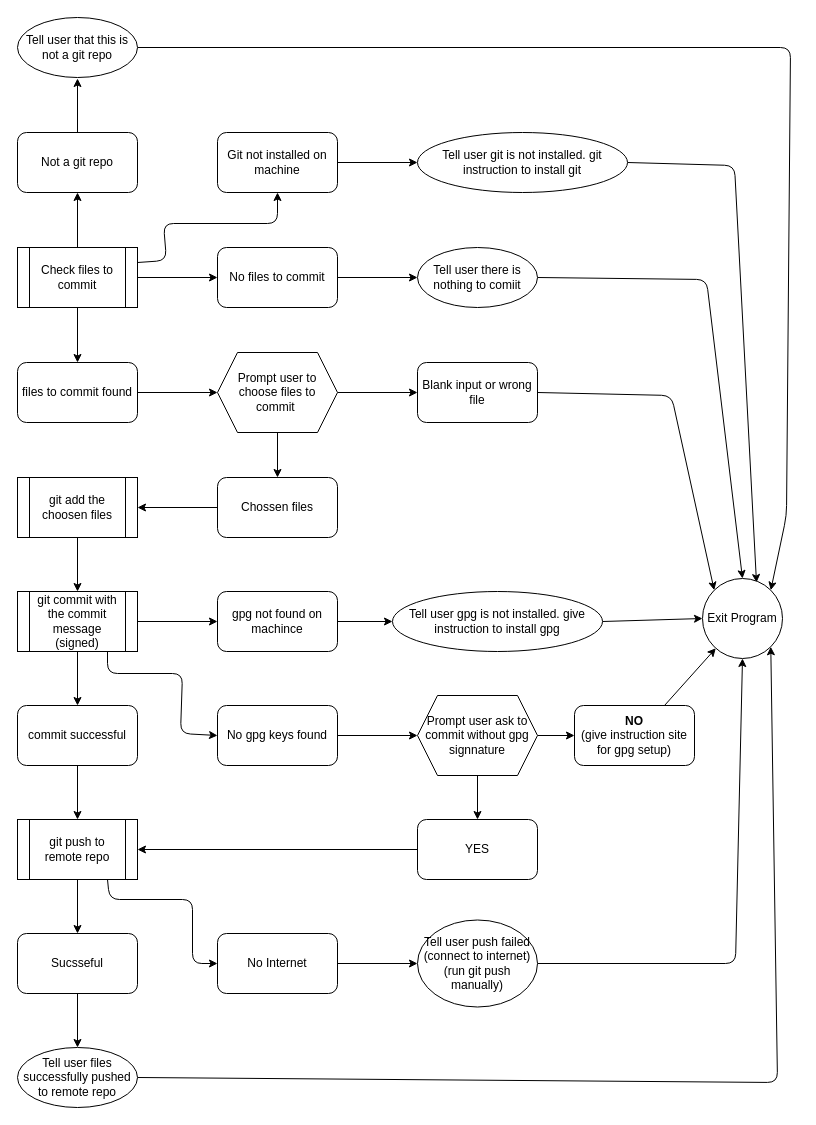
Earlier version of the draw.io diagram page "git_tool commit <commit message>" (2 of 5) of planning/process.drawio (tmanZA10/git_tool). Source tidied: cells renumbered, new cells numbered last; positions are measured from the earlier drawing's top-left corner, leaving out a move shared by most shapes. Both pictures are drawn from the tidied source at 100%, with x=0, y=0 at pixel (17, 17).
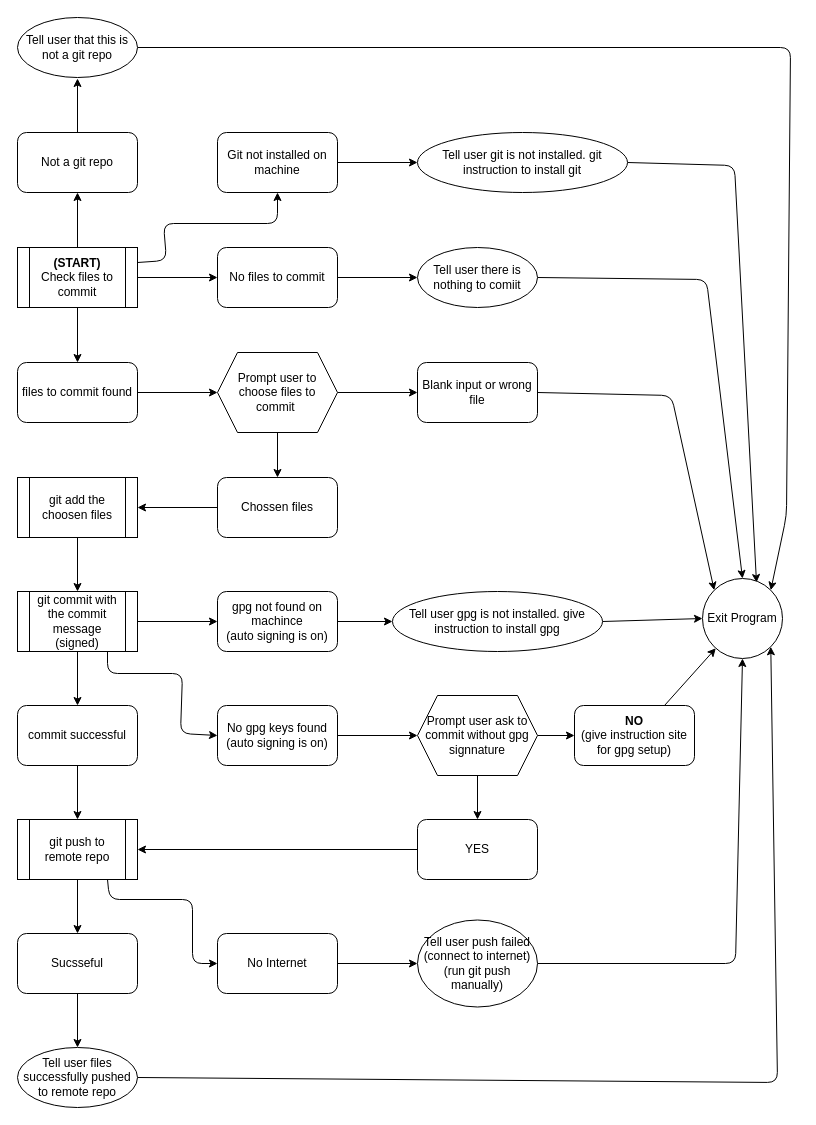
Above is the later version.

Diff of the diagram source:
```diff
@@
-    <mxCell id="6" value="Check files to commit" style="shape=process;whiteSpace=wrap;html=1;backgroundOutline=1;fillColor=default;" parent="1" vertex="1">
+    <mxCell id="6" value="&lt;b&gt;(START)&lt;/b&gt;&lt;br&gt;Check files to commit" style="shape=process;whiteSpace=wrap;html=1;backgroundOutline=1;fillColor=default;" parent="1" vertex="1">
       <mxGeometry y="230" width="120" height="60" as="geometry" />
     </mxCell>
@@
-    <mxCell id="36" value="gpg not found on machince" style="rounded=1;whiteSpace=wrap;html=1;fillColor=default;" parent="1" vertex="1">
+    <mxCell id="36" value="gpg not found on machince&lt;br&gt;(auto signing is on)" style="rounded=1;whiteSpace=wrap;html=1;fillColor=default;" parent="1" vertex="1">
       <mxGeometry x="200" y="574" width="120" height="60" as="geometry" />
     </mxCell>
@@
-    <mxCell id="38" value="No gpg keys found" style="rounded=1;whiteSpace=wrap;html=1;fillColor=default;" parent="1" vertex="1">
+    <mxCell id="38" value="No gpg keys found&lt;br&gt;(auto signing is on)" style="rounded=1;whiteSpace=wrap;html=1;fillColor=default;" parent="1" vertex="1">
       <mxGeometry x="200" y="688" width="120" height="60" as="geometry" />
     </mxCell>
```
